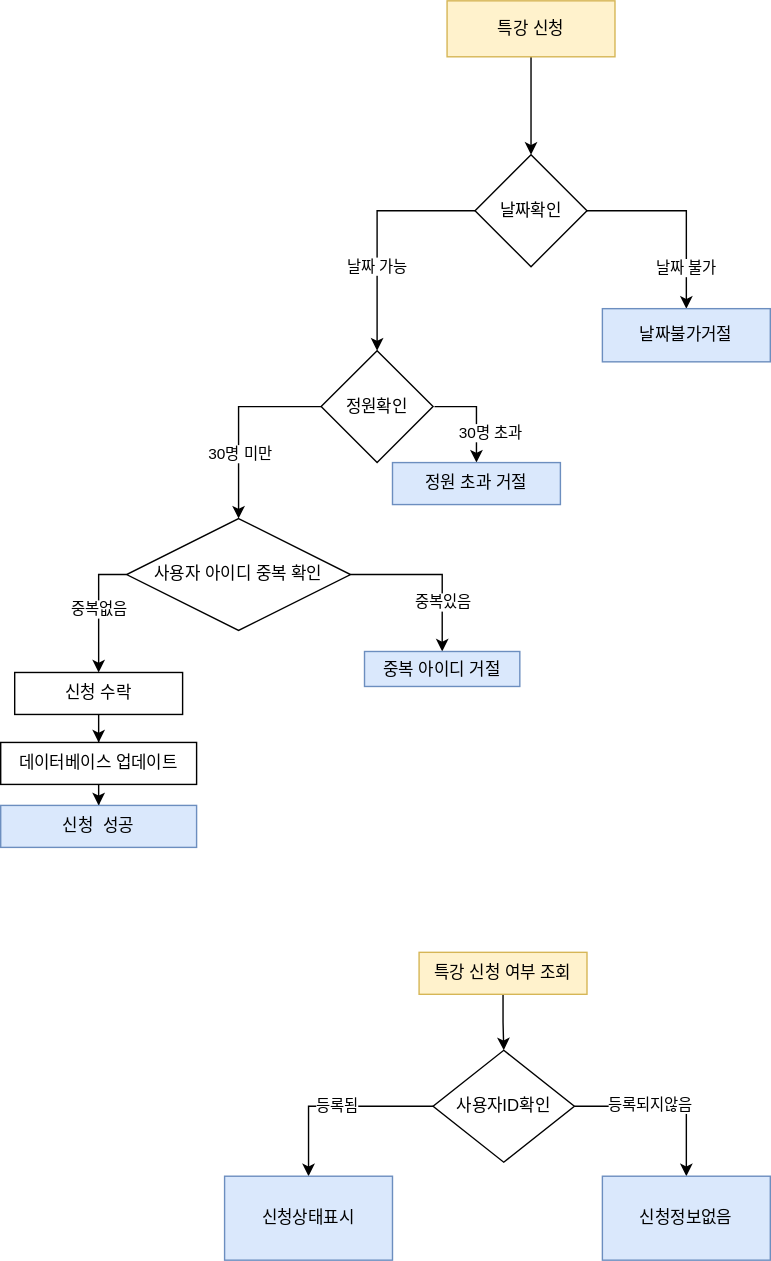
The draw.io diagram src/main/java/com/tdd/speciallectureapply/document/diagram/service-flow.svg in kabalport/special-lecture-apply, before a commit. Source tidied: cells renumbered, new cells last; positions are measured from the earlier drawing's top-left corner, leaving out a move shared by most shapes. Its diagram source:
```xml
<mxGraphModel>
  <root>
    <mxCell id="0" />
    <mxCell id="1" parent="0" />
    <mxCell id="2" style="edgeStyle=orthogonalEdgeStyle;rounded=0;jettySize=auto;html=1;" parent="1" edge="1" source="3" target="7">
      <mxGeometry relative="1" as="geometry" />
    </mxCell>
    <mxCell id="3" value="특강 신청" style="rounded=0;whiteSpace=wrap;html=1;fillColor=#fff2cc;strokeColor=#d6b656;" parent="1" vertex="1">
      <mxGeometry x="319" width="120" height="40" as="geometry" />
    </mxCell>
    <mxCell id="4" value="날짜 가능" style="edgeStyle=orthogonalEdgeStyle;rounded=0;jettySize=auto;html=1;" parent="1" edge="1" source="7" target="10">
      <mxGeometry x="0.29" relative="1" as="geometry" />
    </mxCell>
    <mxCell id="5" style="edgeStyle=orthogonalEdgeStyle;rounded=0;jettySize=auto;html=1;" parent="1" edge="1" source="7" target="11">
      <mxGeometry relative="1" as="geometry" />
    </mxCell>
    <mxCell id="6" value="날짜 불가" style="edgeLabel;html=1;align=center;verticalAlign=middle;" parent="5" vertex="1">
      <mxGeometry x="0.24" y="2" relative="1" as="geometry">
        <mxPoint x="-2" y="24" as="offset" />
      </mxGeometry>
    </mxCell>
    <mxCell id="7" value="날짜확인" style="rhombus;whiteSpace=wrap;html=1;rounded=0;" parent="1" vertex="1">
      <mxGeometry x="339" y="110" width="80" height="80" as="geometry" />
    </mxCell>
    <mxCell id="8" value="30명 미만" style="edgeStyle=orthogonalEdgeStyle;rounded=0;jettySize=auto;html=1;entryX=0.5;entryY=0;entryDx=0;entryDy=0;" parent="1" edge="1" source="10" target="15">
      <mxGeometry x="0.33" y="1" relative="1" as="geometry">
        <Array as="points">
          <mxPoint x="170" y="290" />
        </Array>
      </mxGeometry>
    </mxCell>
    <mxCell id="9" value="30명 초과" style="edgeStyle=orthogonalEdgeStyle;rounded=0;jettySize=auto;html=1;entryX=0.5;entryY=0;entryDx=0;entryDy=0;" parent="1" edge="1" target="21">
      <mxGeometry x="0.43" y="10" relative="1" as="geometry">
        <mxPoint x="310" y="290" as="sourcePoint" />
        <Array as="points">
          <mxPoint x="340" y="290" />
        </Array>
        <mxPoint y="-1" as="offset" />
      </mxGeometry>
    </mxCell>
    <mxCell id="10" value="정원확인" style="rhombus;whiteSpace=wrap;html=1;rounded=0;" parent="1" vertex="1">
      <mxGeometry x="229" y="250" width="80" height="80" as="geometry" />
    </mxCell>
    <mxCell id="11" value="날짜불가거절" style="whiteSpace=wrap;html=1;rounded=0;fillColor=#dae8fc;strokeColor=#6c8ebf;" parent="1" vertex="1">
      <mxGeometry x="430" y="220" width="120" height="38" as="geometry" />
    </mxCell>
    <mxCell id="12" value="중복없음" style="edgeStyle=orthogonalEdgeStyle;rounded=0;jettySize=auto;html=1;entryX=0.5;entryY=0;entryDx=0;entryDy=0;exitX=0;exitY=0.5;exitDx=0;exitDy=0;" parent="1" edge="1" source="15" target="17">
      <mxGeometry relative="1" as="geometry" />
    </mxCell>
    <mxCell id="13" style="edgeStyle=orthogonalEdgeStyle;rounded=0;jettySize=auto;html=1;" parent="1" edge="1" source="15" target="22">
      <mxGeometry relative="1" as="geometry" />
    </mxCell>
    <mxCell id="14" value="중복있음" style="edgeLabel;html=1;align=center;verticalAlign=middle;" parent="13" vertex="1">
      <mxGeometry x="0.23" y="-1" relative="1" as="geometry">
        <mxPoint x="1" y="11" as="offset" />
      </mxGeometry>
    </mxCell>
    <mxCell id="15" value="사용자 아이디 중복 확인" style="rhombus;whiteSpace=wrap;html=1;rounded=0;" parent="1" vertex="1">
      <mxGeometry x="90" y="370" width="160" height="80" as="geometry" />
    </mxCell>
    <mxCell id="16" style="edgeStyle=orthogonalEdgeStyle;rounded=0;jettySize=auto;html=1;" parent="1" edge="1" source="17" target="19">
      <mxGeometry relative="1" as="geometry" />
    </mxCell>
    <mxCell id="17" value="신청 수락" style="rounded=0;whiteSpace=wrap;html=1;" parent="1" vertex="1">
      <mxGeometry x="10" y="480" width="120" height="30" as="geometry" />
    </mxCell>
    <mxCell id="18" style="edgeStyle=orthogonalEdgeStyle;rounded=0;jettySize=auto;html=1;" parent="1" edge="1" source="19" target="20">
      <mxGeometry relative="1" as="geometry" />
    </mxCell>
    <mxCell id="19" value="데이터베이스 업데이트" style="rounded=0;whiteSpace=wrap;html=1;" parent="1" vertex="1">
      <mxGeometry y="530" width="140" height="30" as="geometry" />
    </mxCell>
    <mxCell id="20" value="신청&amp;nbsp; 성공" style="rounded=0;whiteSpace=wrap;html=1;fillColor=#dae8fc;strokeColor=#6c8ebf;" parent="1" vertex="1">
      <mxGeometry y="575" width="140" height="30" as="geometry" />
    </mxCell>
    <mxCell id="21" value="정원 초과 거절" style="rounded=0;whiteSpace=wrap;html=1;fillColor=#dae8fc;strokeColor=#6c8ebf;" parent="1" vertex="1">
      <mxGeometry x="280" y="330" width="120" height="30" as="geometry" />
    </mxCell>
    <mxCell id="22" value="중복 아이디 거절" style="whiteSpace=wrap;html=1;rounded=0;fillColor=#dae8fc;strokeColor=#6c8ebf;" parent="1" vertex="1">
      <mxGeometry x="260" y="465" width="111" height="25" as="geometry" />
    </mxCell>
    <mxCell id="23" style="edgeStyle=orthogonalEdgeStyle;rounded=0;jettySize=auto;html=1;" parent="1" edge="1" source="24" target="28">
      <mxGeometry relative="1" as="geometry" />
    </mxCell>
    <mxCell id="24" value="특강 신청 여부 조회" style="rounded=0;whiteSpace=wrap;html=1;fillColor=#fff2cc;strokeColor=#d6b656;" parent="1" vertex="1">
      <mxGeometry x="299" y="680" width="120" height="30" as="geometry" />
    </mxCell>
    <mxCell id="25" style="edgeStyle=orthogonalEdgeStyle;rounded=0;jettySize=auto;html=1;entryX=0.5;entryY=0;entryDx=0;entryDy=0;" parent="1" edge="1" source="28" target="29">
      <mxGeometry relative="1" as="geometry" />
    </mxCell>
    <mxCell id="26" value="등록되지않음" style="edgeLabel;html=1;align=center;verticalAlign=middle;" parent="25" vertex="1">
      <mxGeometry x="-0.17" y="1" relative="1" as="geometry" />
    </mxCell>
    <mxCell id="27" value="등록됨" style="edgeStyle=orthogonalEdgeStyle;rounded=0;jettySize=auto;html=1;" parent="1" edge="1" source="28" target="30">
      <mxGeometry relative="1" as="geometry" />
    </mxCell>
    <mxCell id="28" value="사용자ID확인" style="rhombus;whiteSpace=wrap;html=1;" parent="1" vertex="1">
      <mxGeometry x="309" y="750" width="101" height="80" as="geometry" />
    </mxCell>
    <mxCell id="29" value="신청정보없음" style="rounded=0;whiteSpace=wrap;html=1;fillColor=#dae8fc;strokeColor=#6c8ebf;" parent="1" vertex="1">
      <mxGeometry x="430" y="840" width="120" height="60" as="geometry" />
    </mxCell>
    <mxCell id="30" value="신청상태표시" style="rounded=0;whiteSpace=wrap;html=1;fillColor=#dae8fc;strokeColor=#6c8ebf;" parent="1" vertex="1">
      <mxGeometry x="160" y="840" width="120" height="60" as="geometry" />
    </mxCell>
  </root>
</mxGraphModel>
```
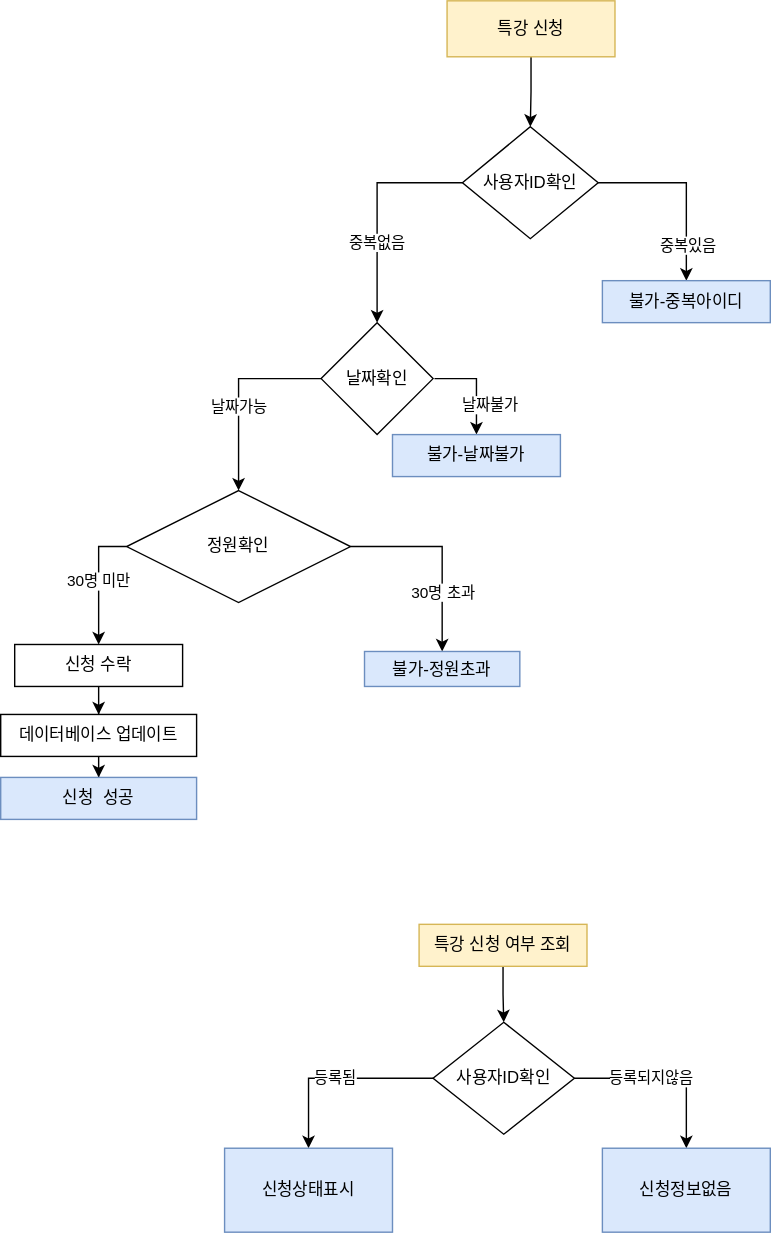
Later version of the same file.

The edit, as a diff of the source:
```diff
@@ -6,30 +6,30 @@
       <mxGeometry relative="1" as="geometry" />
     </mxCell>
     <mxCell id="3" value="특강 신청" style="rounded=0;whiteSpace=wrap;html=1;fillColor=#fff2cc;strokeColor=#d6b656;" parent="1" vertex="1">
-      <mxGeometry x="319" width="120" height="40" as="geometry" />
+      <mxGeometry x="319" y="20" width="120" height="40" as="geometry" />
     </mxCell>
-    <mxCell id="4" value="날짜 가능" style="edgeStyle=orthogonalEdgeStyle;rounded=0;jettySize=auto;html=1;" parent="1" edge="1" source="7" target="10">
+    <mxCell id="4" value="중복없음" style="edgeStyle=orthogonalEdgeStyle;rounded=0;jettySize=auto;html=1;" parent="1" edge="1" source="7" target="10">
       <mxGeometry x="0.29" relative="1" as="geometry" />
     </mxCell>
     <mxCell id="5" style="edgeStyle=orthogonalEdgeStyle;rounded=0;jettySize=auto;html=1;" parent="1" edge="1" source="7" target="11">
       <mxGeometry relative="1" as="geometry" />
     </mxCell>
-    <mxCell id="6" value="날짜 불가" style="edgeLabel;html=1;align=center;verticalAlign=middle;" parent="5" vertex="1">
+    <mxCell id="6" value="중복있음" style="edgeLabel;html=1;align=center;verticalAlign=middle;" parent="5" vertex="1">
       <mxGeometry x="0.24" y="2" relative="1" as="geometry">
         <mxPoint x="-2" y="24" as="offset" />
       </mxGeometry>
     </mxCell>
-    <mxCell id="7" value="날짜확인" style="rhombus;whiteSpace=wrap;html=1;rounded=0;" parent="1" vertex="1">
-      <mxGeometry x="339" y="110" width="80" height="80" as="geometry" />
+    <mxCell id="7" value="사용자ID확인" style="rhombus;whiteSpace=wrap;html=1;rounded=0;" parent="1" vertex="1">
+      <mxGeometry x="330" y="110" width="97" height="80" as="geometry" />
     </mxCell>
-    <mxCell id="8" value="30명 미만" style="edgeStyle=orthogonalEdgeStyle;rounded=0;jettySize=auto;html=1;entryX=0.5;entryY=0;entryDx=0;entryDy=0;" parent="1" edge="1" source="10" target="15">
-      <mxGeometry x="0.33" y="1" relative="1" as="geometry">
+    <mxCell id="8" value="날짜가능" style="edgeStyle=orthogonalEdgeStyle;rounded=0;jettySize=auto;html=1;entryX=0.5;entryY=0;entryDx=0;entryDy=0;" parent="1" edge="1" source="10" target="15">
+      <mxGeometry x="0.14" relative="1" as="geometry">
         <Array as="points">
           <mxPoint x="170" y="290" />
         </Array>
       </mxGeometry>
     </mxCell>
-    <mxCell id="9" value="30명 초과" style="edgeStyle=orthogonalEdgeStyle;rounded=0;jettySize=auto;html=1;entryX=0.5;entryY=0;entryDx=0;entryDy=0;" parent="1" edge="1" target="21">
+    <mxCell id="9" value="날짜불가" style="edgeStyle=orthogonalEdgeStyle;rounded=0;jettySize=auto;html=1;entryX=0.5;entryY=0;entryDx=0;entryDy=0;" parent="1" edge="1" target="21">
       <mxGeometry x="0.43" y="10" relative="1" as="geometry">
         <mxPoint x="310" y="290" as="sourcePoint" />
         <Array as="points">
@@ -38,24 +38,24 @@
         <mxPoint y="-1" as="offset" />
       </mxGeometry>
     </mxCell>
-    <mxCell id="10" value="정원확인" style="rhombus;whiteSpace=wrap;html=1;rounded=0;" parent="1" vertex="1">
+    <mxCell id="10" value="날짜확인" style="rhombus;whiteSpace=wrap;html=1;rounded=0;" parent="1" vertex="1">
       <mxGeometry x="229" y="250" width="80" height="80" as="geometry" />
     </mxCell>
-    <mxCell id="11" value="날짜불가거절" style="whiteSpace=wrap;html=1;rounded=0;fillColor=#dae8fc;strokeColor=#6c8ebf;" parent="1" vertex="1">
-      <mxGeometry x="430" y="220" width="120" height="38" as="geometry" />
+    <mxCell id="11" value="불가-중복아이디" style="whiteSpace=wrap;html=1;rounded=0;fillColor=#dae8fc;strokeColor=#6c8ebf;" parent="1" vertex="1">
+      <mxGeometry x="430" y="220" width="120" height="30" as="geometry" />
     </mxCell>
-    <mxCell id="12" value="중복없음" style="edgeStyle=orthogonalEdgeStyle;rounded=0;jettySize=auto;html=1;entryX=0.5;entryY=0;entryDx=0;entryDy=0;exitX=0;exitY=0.5;exitDx=0;exitDy=0;" parent="1" edge="1" source="15" target="17">
+    <mxCell id="12" value="30명 미만" style="edgeStyle=orthogonalEdgeStyle;rounded=0;jettySize=auto;html=1;entryX=0.5;entryY=0;entryDx=0;entryDy=0;exitX=0;exitY=0.5;exitDx=0;exitDy=0;" parent="1" edge="1" source="15" target="17">
       <mxGeometry relative="1" as="geometry" />
     </mxCell>
     <mxCell id="13" style="edgeStyle=orthogonalEdgeStyle;rounded=0;jettySize=auto;html=1;" parent="1" edge="1" source="15" target="22">
       <mxGeometry relative="1" as="geometry" />
     </mxCell>
-    <mxCell id="14" value="중복있음" style="edgeLabel;html=1;align=center;verticalAlign=middle;" parent="13" vertex="1">
+    <mxCell id="14" value="30명 초과" style="edgeLabel;html=1;align=center;verticalAlign=middle;" parent="13" vertex="1">
       <mxGeometry x="0.23" y="-1" relative="1" as="geometry">
         <mxPoint x="1" y="11" as="offset" />
       </mxGeometry>
     </mxCell>
-    <mxCell id="15" value="사용자 아이디 중복 확인" style="rhombus;whiteSpace=wrap;html=1;rounded=0;" parent="1" vertex="1">
+    <mxCell id="15" value="정원확인" style="rhombus;whiteSpace=wrap;html=1;rounded=0;" parent="1" vertex="1">
       <mxGeometry x="90" y="370" width="160" height="80" as="geometry" />
     </mxCell>
     <mxCell id="16" style="edgeStyle=orthogonalEdgeStyle;rounded=0;jettySize=auto;html=1;" parent="1" edge="1" source="17" target="19">
@@ -73,11 +73,11 @@
     <mxCell id="20" value="신청&amp;nbsp; 성공" style="rounded=0;whiteSpace=wrap;html=1;fillColor=#dae8fc;strokeColor=#6c8ebf;" parent="1" vertex="1">
       <mxGeometry y="575" width="140" height="30" as="geometry" />
     </mxCell>
-    <mxCell id="21" value="정원 초과 거절" style="rounded=0;whiteSpace=wrap;html=1;fillColor=#dae8fc;strokeColor=#6c8ebf;" parent="1" vertex="1">
+    <mxCell id="21" value="불가-날짜불가" style="rounded=0;whiteSpace=wrap;html=1;fillColor=#dae8fc;strokeColor=#6c8ebf;" parent="1" vertex="1">
       <mxGeometry x="280" y="330" width="120" height="30" as="geometry" />
     </mxCell>
-    <mxCell id="22" value="중복 아이디 거절" style="whiteSpace=wrap;html=1;rounded=0;fillColor=#dae8fc;strokeColor=#6c8ebf;" parent="1" vertex="1">
-      <mxGeometry x="260" y="465" width="111" height="25" as="geometry" />
+    <mxCell id="22" value="불가-정원초과" style="whiteSpace=wrap;html=1;rounded=0;fillColor=#dae8fc;strokeColor=#6c8ebf;" parent="1" vertex="1">
+      <mxGeometry x="260" y="485" width="111" height="25" as="geometry" />
     </mxCell>
     <mxCell id="23" style="edgeStyle=orthogonalEdgeStyle;rounded=0;jettySize=auto;html=1;" parent="1" edge="1" source="24" target="28">
       <mxGeometry relative="1" as="geometry" />
```
